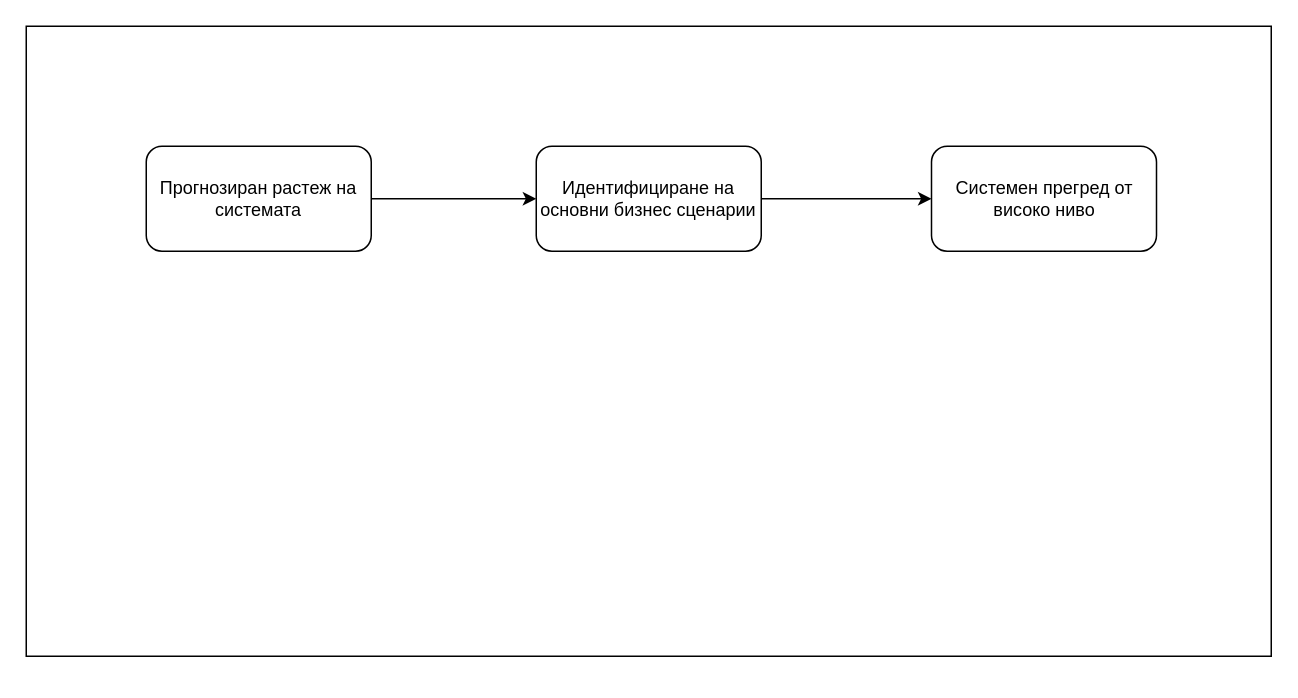
Before: Chapter2/DesignProcessIterations.drawio in profjordanov/phd, a draw.io diagram. Source tidied: cells renumbered, new cells numbered last; positions are measured from the earlier drawing's top-left corner, leaving out a move shared by most shapes. Both pictures are drawn from the tidied source at 150%, with x=0, y=0 at pixel (26, 26).
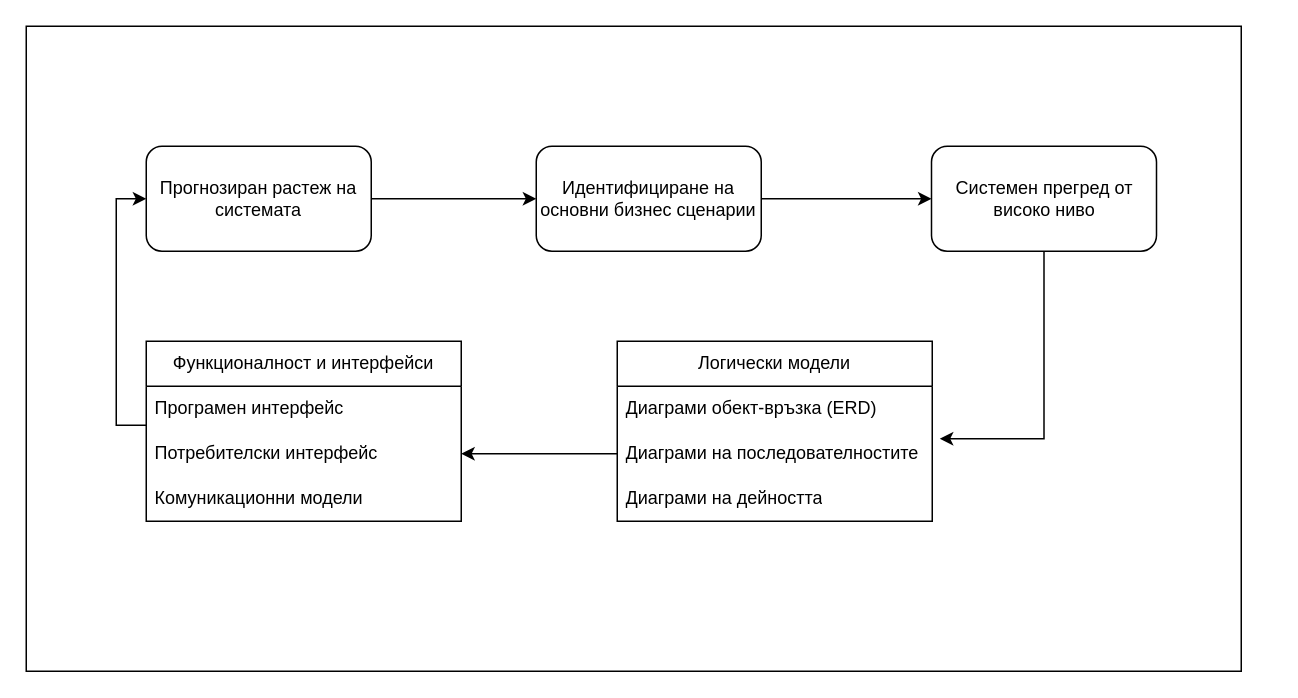
After the change.

The edit, as a diff of the source:
```diff
@@
 <mxGraphModel>
   <root>
     <mxCell id="0" />
     <mxCell id="1" parent="0" />
     <mxCell id="2" style="rounded=0;whiteSpace=wrap;html=1;" parent="1" vertex="1">
-      <mxGeometry width="830" height="420" as="geometry" />
+      <mxGeometry width="810" height="430" as="geometry" />
     </mxCell>
     <mxCell id="3" style="edgeStyle=orthogonalEdgeStyle;rounded=0;jettySize=auto;html=1;" parent="1" edge="1" source="4" target="6">
       <mxGeometry relative="1" as="geometry" />
     </mxCell>
     <mxCell id="4" value="Прогнозиран растеж на системата" style="rounded=1;whiteSpace=wrap;html=1;" parent="1" vertex="1">
       <mxGeometry x="80" y="80" width="150" height="70" as="geometry" />
     </mxCell>
     <mxCell id="5" style="edgeStyle=orthogonalEdgeStyle;rounded=0;jettySize=auto;html=1;" parent="1" edge="1" source="6" target="7">
       <mxGeometry relative="1" as="geometry" />
     </mxCell>
     <mxCell id="6" value="Идентифициране на основни бизнес сценарии" style="rounded=1;whiteSpace=wrap;html=1;" parent="1" vertex="1">
       <mxGeometry x="340" y="80" width="150" height="70" as="geometry" />
     </mxCell>
     <mxCell id="7" value="Системен прегред от високо ниво" style="rounded=1;whiteSpace=wrap;html=1;" parent="1" vertex="1">
       <mxGeometry x="603.5" y="80" width="150" height="70" as="geometry" />
     </mxCell>
+    <mxCell id="8" value="Логически модели" style="swimlane;fontStyle=0;horizontal=1;startSize=30;whiteSpace=wrap;html=1;" parent="1" vertex="1">
+      <mxGeometry x="394" y="210" width="210" height="120" as="geometry" />
+    </mxCell>
+    <mxCell id="9" value="Диаграми обект-връзка (ERD)" style="text;strokeColor=none;fillColor=none;align=left;verticalAlign=middle;spacingLeft=4;spacingRight=4;overflow=hidden;whiteSpace=wrap;html=1;" parent="8" vertex="1">
+      <mxGeometry y="30" width="210" height="30" as="geometry" />
+    </mxCell>
+    <mxCell id="10" value="Диаграми на последователностите" style="text;strokeColor=none;fillColor=none;align=left;verticalAlign=middle;spacingLeft=4;spacingRight=4;overflow=hidden;points=[[0,0.5],[1,0.5]];portConstraint=eastwest;whiteSpace=wrap;html=1;" parent="8" vertex="1">
+      <mxGeometry y="60" width="210" height="30" as="geometry" />
+    </mxCell>
+    <mxCell id="11" value="Диаграми на дейността" style="text;strokeColor=none;fillColor=none;align=left;verticalAlign=middle;spacingLeft=4;spacingRight=4;overflow=hidden;whiteSpace=wrap;html=1;" parent="8" vertex="1">
+      <mxGeometry y="90" width="210" height="30" as="geometry" />
+    </mxCell>
+    <mxCell id="12" style="edgeStyle=orthogonalEdgeStyle;rounded=0;jettySize=auto;html=1;entryX=1.024;entryY=0.167;entryDx=0;entryDy=0;entryPerimeter=0;" parent="1" edge="1" source="7" target="10">
+      <mxGeometry relative="1" as="geometry" />
+    </mxCell>
+    <mxCell id="13" style="edgeStyle=orthogonalEdgeStyle;rounded=0;jettySize=auto;html=1;entryX=0;entryY=0.5;entryDx=0;entryDy=0;exitX=0;exitY=0.867;exitDx=0;exitDy=0;exitPerimeter=0;" parent="1" edge="1" source="15" target="4">
+      <mxGeometry relative="1" as="geometry" />
+    </mxCell>
+    <mxCell id="14" value="Функционалност и интерфейси" style="swimlane;fontStyle=0;horizontal=1;startSize=30;whiteSpace=wrap;html=1;" parent="1" vertex="1">
+      <mxGeometry x="80" y="210" width="210" height="120" as="geometry" />
+    </mxCell>
+    <mxCell id="15" value="Програмен интерфейс" style="text;strokeColor=none;fillColor=none;align=left;verticalAlign=middle;spacingLeft=4;spacingRight=4;overflow=hidden;points=[[0,0.5],[1,0.5]];portConstraint=eastwest;whiteSpace=wrap;html=1;" parent="14" vertex="1">
+      <mxGeometry y="30" width="210" height="30" as="geometry" />
+    </mxCell>
+    <mxCell id="16" value="Потребителски интерфейс" style="text;strokeColor=none;fillColor=none;align=left;verticalAlign=middle;spacingLeft=4;spacingRight=4;overflow=hidden;points=[[0,0.5],[1,0.5]];portConstraint=eastwest;whiteSpace=wrap;html=1;" parent="14" vertex="1">
+      <mxGeometry y="60" width="210" height="30" as="geometry" />
+    </mxCell>
+    <mxCell id="17" value="Комуникационни модели" style="text;strokeColor=none;fillColor=none;align=left;verticalAlign=middle;spacingLeft=4;spacingRight=4;overflow=hidden;whiteSpace=wrap;html=1;" parent="14" vertex="1">
+      <mxGeometry y="90" width="210" height="30" as="geometry" />
+    </mxCell>
+    <mxCell id="18" style="edgeStyle=orthogonalEdgeStyle;rounded=0;jettySize=auto;html=1;entryX=1;entryY=0.5;entryDx=0;entryDy=0;" parent="1" edge="1" source="10" target="16">
+      <mxGeometry relative="1" as="geometry" />
+    </mxCell>
   </root>
 </mxGraphModel>
```
